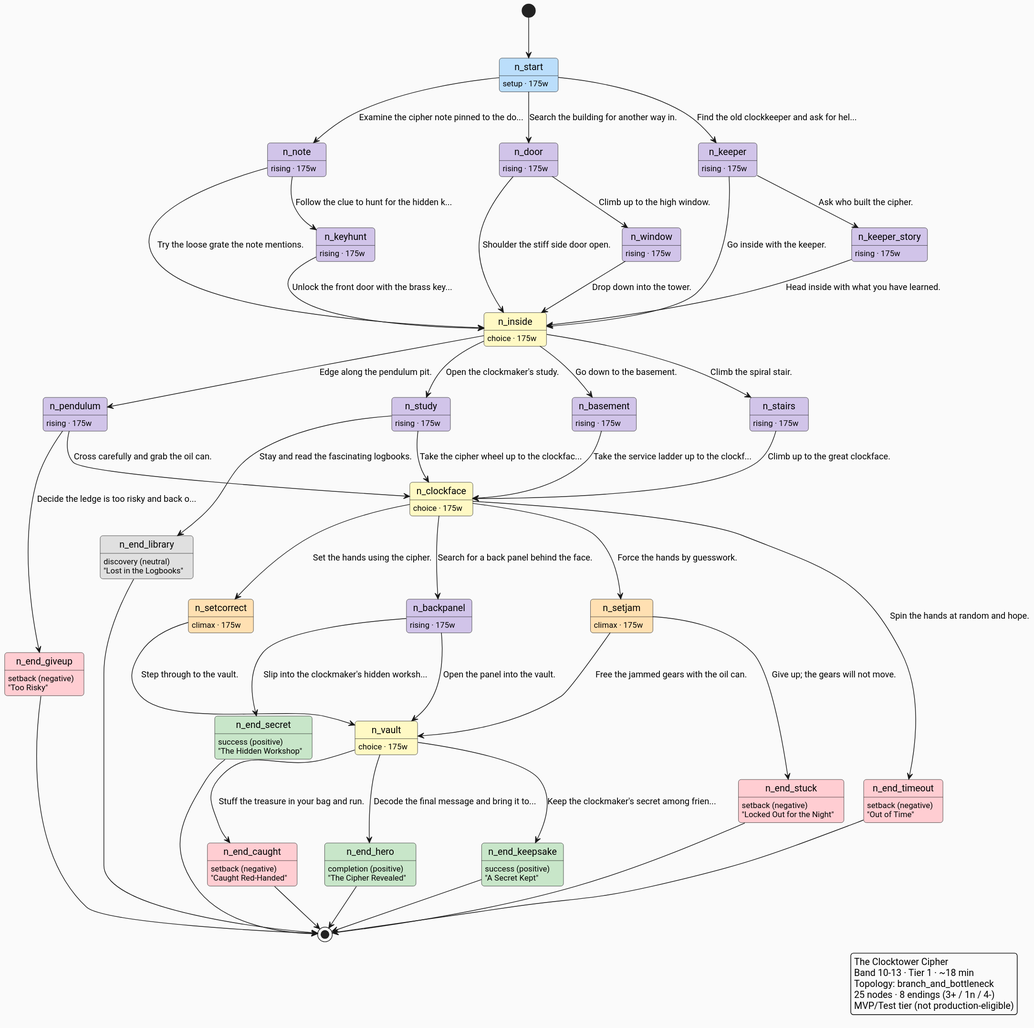
Earlier version of the PlantUML export docs/architecture/diagrams/skeletons/10-13/the-clocktower-cipher.svg (ByronWilliamsCPA/cyo-adventure).
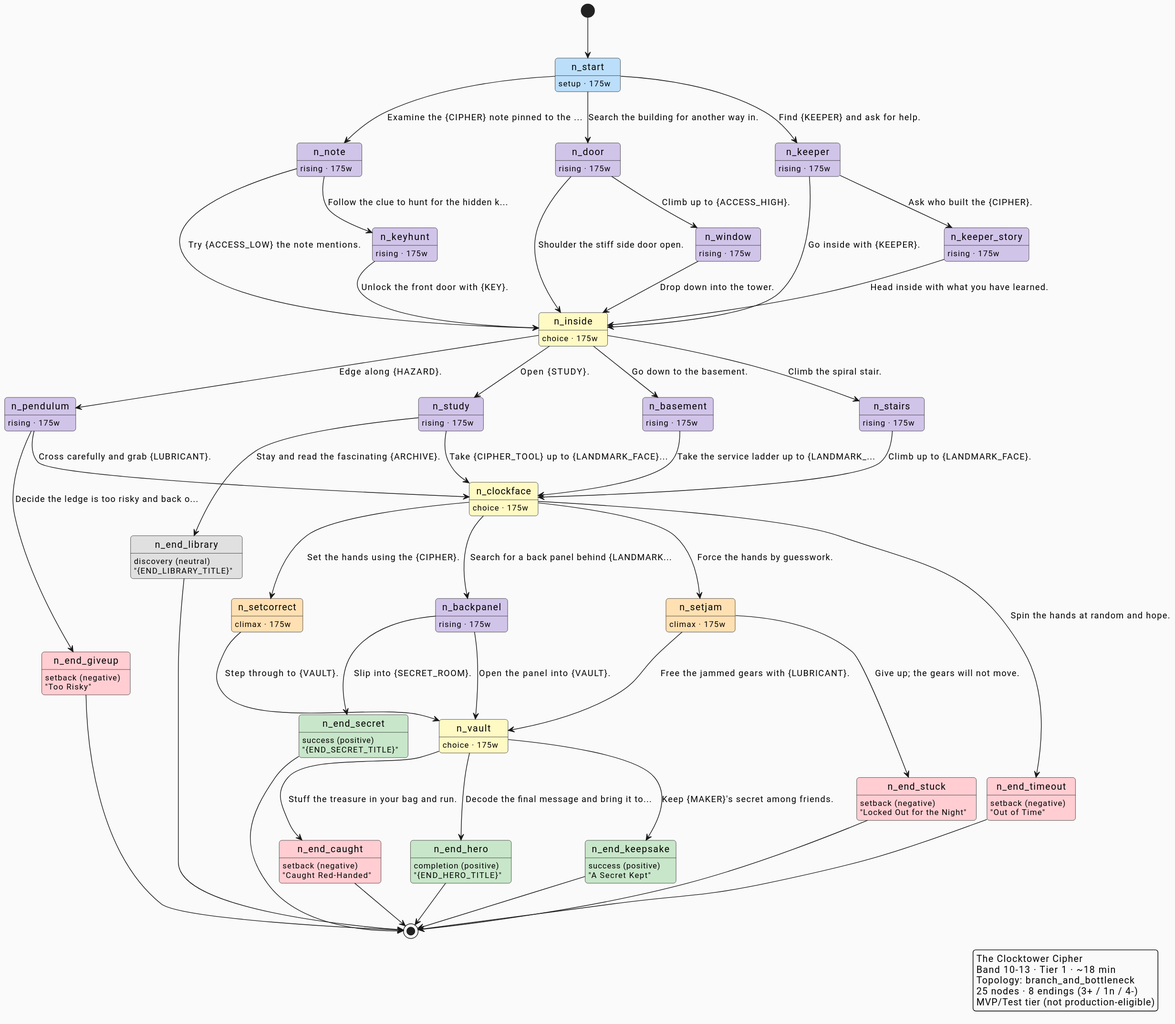
After the change.

Commit message:
feat(skeletons): parameterize the-clocktower-cipher (A20 slice 2)

Diff of the diagram source:
```diff
@@ -41,7 +41,7 @@
 n_vault : choice · 175w
 state n_end_library #E0E0E0
 n_end_library : discovery (neutral)
-n_end_library : "Lost in the Logbooks"
+n_end_library : "{END_LIBRARY_TITLE}"
 state n_end_giveup #FFCDD2
 n_end_giveup : setback (negative)
 n_end_giveup : "Too Risky"
@@ -53,49 +53,49 @@
 n_end_stuck : "Locked Out for the Night"
 state n_end_secret #C8E6C9
 n_end_secret : success (positive)
-n_end_secret : "The Hidden Workshop"
+n_end_secret : "{END_SECRET_TITLE}"
 state n_end_hero #C8E6C9
 n_end_hero : completion (positive)
-n_end_hero : "The Cipher Revealed"
+n_end_hero : "{END_HERO_TITLE}"
 state n_end_keepsake #C8E6C9
 n_end_keepsake : success (positive)
 n_end_keepsake : "A Secret Kept"
 state n_end_caught #FFCDD2
 n_end_caught : setback (negative)
 n_end_caught : "Caught Red-Handed"
-n_start --> n_note : Examine the cipher note pinned to the do...
+n_start --> n_note : Examine the {CIPHER} note pinned to the ...
 n_start --> n_door : Search the building for another way in.
-n_start --> n_keeper : Find the old clockkeeper and ask for hel...
+n_start --> n_keeper : Find {KEEPER} and ask for help.
 n_note --> n_keyhunt : Follow the clue to hunt for the hidden k...
-n_note --> n_inside : Try the loose grate the note mentions.
+n_note --> n_inside : Try {ACCESS_LOW} the note mentions.
 n_door --> n_inside : Shoulder the stiff side door open.
-n_door --> n_window : Climb up to the high window.
-n_keeper --> n_inside : Go inside with the keeper.
-n_keeper --> n_keeper_story : Ask who built the cipher.
-n_keyhunt --> n_inside : Unlock the front door with the brass key...
+n_door --> n_window : Climb up to {ACCESS_HIGH}.
+n_keeper --> n_inside : Go inside with {KEEPER}.
+n_keeper --> n_keeper_story : Ask who built the {CIPHER}.
+n_keyhunt --> n_inside : Unlock the front door with {KEY}.
 n_keeper_story --> n_inside : Head inside with what you have learned.
 n_window --> n_inside : Drop down into the tower.
 n_inside --> n_stairs : Climb the spiral stair.
-n_inside --> n_study : Open the clockmaker's study.
-n_inside --> n_pendulum : Edge along the pendulum pit.
+n_inside --> n_study : Open {STUDY}.
+n_inside --> n_pendulum : Edge along {HAZARD}.
 n_inside --> n_basement : Go down to the basement.
-n_stairs --> n_clockface : Climb up to the great clockface.
-n_study --> n_clockface : Take the cipher wheel up to the clockfac...
-n_study --> n_end_library : Stay and read the fascinating logbooks.
-n_pendulum --> n_clockface : Cross carefully and grab the oil can.
+n_stairs --> n_clockface : Climb up to {LANDMARK_FACE}.
+n_study --> n_clockface : Take {CIPHER_TOOL} up to {LANDMARK_FACE}...
+n_study --> n_end_library : Stay and read the fascinating {ARCHIVE}.
+n_pendulum --> n_clockface : Cross carefully and grab {LUBRICANT}.
 n_pendulum --> n_end_giveup : Decide the ledge is too risky and back o...
-n_basement --> n_clockface : Take the service ladder up to the clockf...
-n_clockface --> n_setcorrect : Set the hands using the cipher.
+n_basement --> n_clockface : Take the service ladder up to {LANDMARK_...
+n_clockface --> n_setcorrect : Set the hands using the {CIPHER}.
 n_clockface --> n_setjam : Force the hands by guesswork.
-n_clockface --> n_backpanel : Search for a back panel behind the face.
+n_clockface --> n_backpanel : Search for a back panel behind {LANDMARK...
 n_clockface --> n_end_timeout : Spin the hands at random and hope.
-n_setcorrect --> n_vault : Step through to the vault.
-n_setjam --> n_vault : Free the jammed gears with the oil can.
+n_setcorrect --> n_vault : Step through to {VAULT}.
+n_setjam --> n_vault : Free the jammed gears with {LUBRICANT}.
 n_setjam --> n_end_stuck : Give up; the gears will not move.
-n_backpanel --> n_vault : Open the panel into the vault.
-n_backpanel --> n_end_secret : Slip into the clockmaker's hidden worksh...
+n_backpanel --> n_vault : Open the panel into {VAULT}.
+n_backpanel --> n_end_secret : Slip into {SECRET_ROOM}.
 n_vault --> n_end_hero : Decode the final message and bring it to...
-n_vault --> n_end_keepsake : Keep the clockmaker's secret among frien...
+n_vault --> n_end_keepsake : Keep {MAKER}'s secret among friends.
 n_vault --> n_end_caught : Stuff the treasure in your bag and run.
 n_end_library --> [*]
 n_end_giveup --> [*]
```
